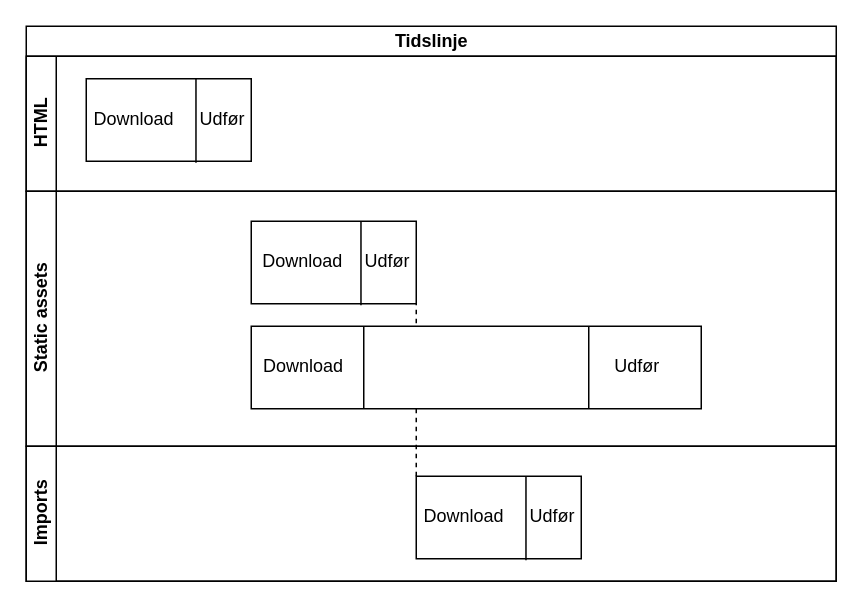
Earlier version of the draw.io diagram sync-assets-http1.drawio (eheu/hovedopgave). Source tidied: cells renumbered, new cells numbered last; positions are measured from the earlier drawing's top-left corner, leaving out a move shared by most shapes. Both pictures are drawn from the tidied source at 150%, with x=0, y=0 at pixel (26, 26).
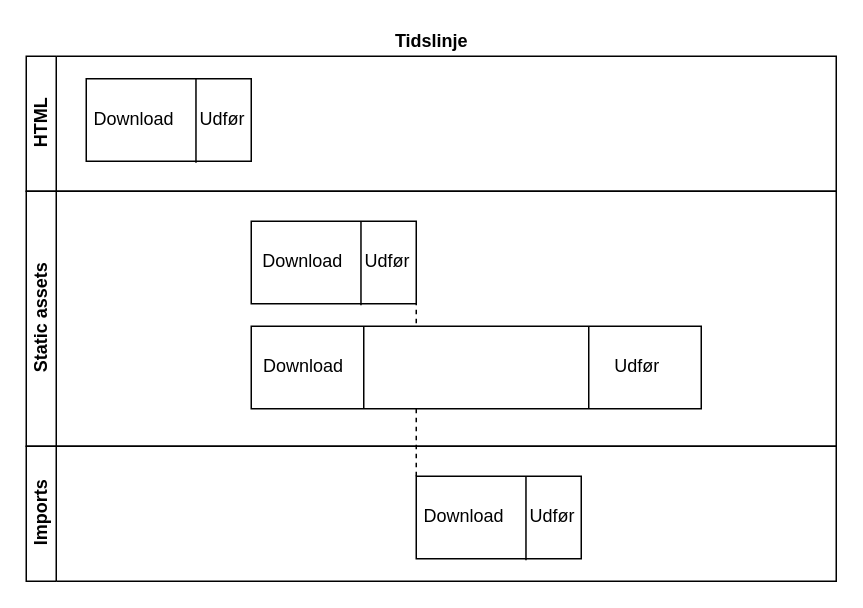
After the change.

Diff of the diagram source:
```diff
@@
-    <mxCell id="2" value="Tidslinje" style="swimlane;html=1;horizontal=1;startSize=20;" parent="1" vertex="1">
+    <mxCell id="2" value="Tidslinje" style="swimlane;html=1;horizontal=1;startSize=20;fillColor=none;strokeColor=none;" parent="1" vertex="1">
       <mxGeometry width="540" height="370" as="geometry" />
     </mxCell>
```
